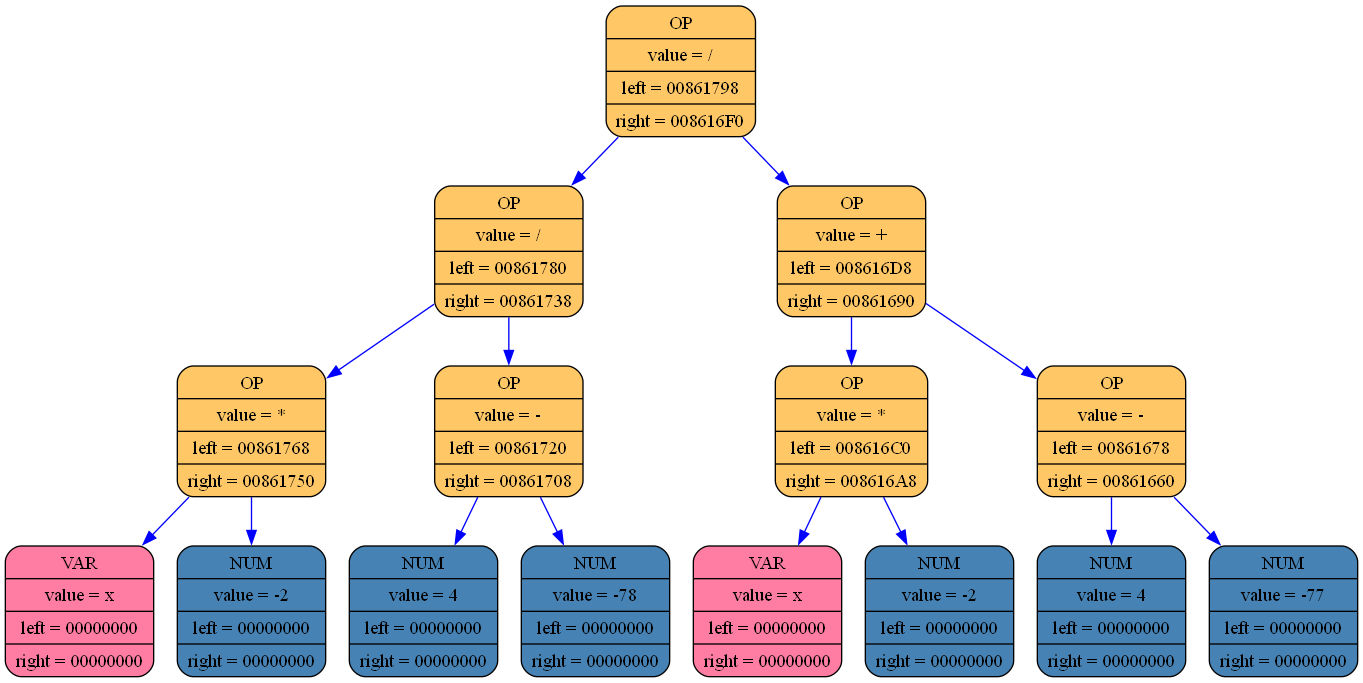
Above: log_folder_differenciator/differenciator_graph.png in aywert/DIFFERENCIATOR (Graphviz), before the change. Its source is kept beside it as log_folder_differenciator/differenciator_graph.dot.
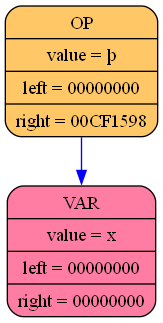
After the commit.

What changed in the source:
```diff
@@ -1,33 +1,7 @@
 digraph list
 {
 rankdir=HR;
-	8787892 [shape = Mrecord; style = filled; fillcolor="#ffc765"; color = "#000000"; fontcolor = "#000000"; label = "{ OP | value = / | left = 00861798| right = 008616F0}"];
-	8787868 [shape = Mrecord; style = filled; fillcolor="#ffc765"; color = "#000000"; fontcolor = "#000000"; label = "{ OP | value = / | left = 00861780| right = 00861738}"];
-	8787892 -> 8787868 [color="blue"]
-	8787844 [shape = Mrecord; style = filled; fillcolor="#ffc765"; color = "#000000"; fontcolor = "#000000"; label = "{ OP | value = * | left = 00861768| right = 00861750}"];
-	8787868 -> 8787844 [color="blue"]
-	8787820 [shape = Mrecord; style = filled; fillcolor="#ff7da3"; color = "#000000"; fontcolor = "#000000"; label = "{ VAR | value = x | left = 00000000| right = 00000000}"];
-	8787844 -> 8787820 [color="blue"]
-	8787796 [shape = Mrecord; style = filled; fillcolor="#4682b4"; color = "#000000"; fontcolor = "#000000"; label = "{ NUM | value = -2 | left = 00000000| right = 00000000}"];
-	8787844 -> 8787796 [color="blue"]
-	8787772 [shape = Mrecord; style = filled; fillcolor="#ffc765"; color = "#000000"; fontcolor = "#000000"; label = "{ OP | value = - | left = 00861720| right = 00861708}"];
-	8787868 -> 8787772 [color="blue"]
-	8787748 [shape = Mrecord; style = filled; fillcolor="#4682b4"; color = "#000000"; fontcolor = "#000000"; label = "{ NUM | value = 4 | left = 00000000| right = 00000000}"];
-	8787772 -> 8787748 [color="blue"]
-	8787724 [shape = Mrecord; style = filled; fillcolor="#4682b4"; color = "#000000"; fontcolor = "#000000"; label = "{ NUM | value = -78 | left = 00000000| right = 00000000}"];
-	8787772 -> 8787724 [color="blue"]
-	8787700 [shape = Mrecord; style = filled; fillcolor="#ffc765"; color = "#000000"; fontcolor = "#000000"; label = "{ OP | value = + | left = 008616D8| right = 00861690}"];
-	8787892 -> 8787700 [color="blue"]
-	8787676 [shape = Mrecord; style = filled; fillcolor="#ffc765"; color = "#000000"; fontcolor = "#000000"; label = "{ OP | value = * | left = 008616C0| right = 008616A8}"];
-	8787700 -> 8787676 [color="blue"]
-	8787652 [shape = Mrecord; style = filled; fillcolor="#ff7da3"; color = "#000000"; fontcolor = "#000000"; label = "{ VAR | value = x | left = 00000000| right = 00000000}"];
-	8787676 -> 8787652 [color="blue"]
-	8787628 [shape = Mrecord; style = filled; fillcolor="#4682b4"; color = "#000000"; fontcolor = "#000000"; label = "{ NUM | value = -2 | left = 00000000| right = 00000000}"];
-	8787676 -> 8787628 [color="blue"]
-	8787604 [shape = Mrecord; style = filled; fillcolor="#ffc765"; color = "#000000"; fontcolor = "#000000"; label = "{ OP | value = - | left = 00861678| right = 00861660}"];
-	8787700 -> 8787604 [color="blue"]
-	8787580 [shape = Mrecord; style = filled; fillcolor="#4682b4"; color = "#000000"; fontcolor = "#000000"; label = "{ NUM | value = 4 | left = 00000000| right = 00000000}"];
-	8787604 -> 8787580 [color="blue"]
-	8787556 [shape = Mrecord; style = filled; fillcolor="#4682b4"; color = "#000000"; fontcolor = "#000000"; label = "{ NUM | value = -77 | left = 00000000| right = 00000000}"];
-	8787604 -> 8787556 [color="blue"]
+	13571508 [shape = Mrecord; style = filled; fillcolor="#ffc765"; color = "#000000"; fontcolor = "#000000"; label = "{ OP | value = þ | left = 00000000| right = 00CF1598}"];
+	13571508 -> 13571484 [color="blue"]
+	13571484 [shape = Mrecord; style = filled; fillcolor="#ff7da3"; color = "#000000"; fontcolor = "#000000"; label = "{ VAR | value = x | left = 00000000| right = 00000000}"];
 	}
```
